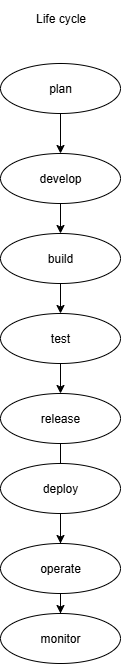
This is image.drawio.png from vishnu00523/my-repo, a draw.io export, as it was before one commit. Source tidied: cells renumbered, new cells last; positions are measured from the earlier drawing's top-left corner, leaving out a move shared by most shapes. Source of this version:
```xml
<mxGraphModel>
  <root>
    <mxCell id="0" />
    <mxCell id="1" parent="0" />
    <mxCell id="2" value="plan" style="ellipse;whiteSpace=wrap;html=1;" parent="1" vertex="1">
      <mxGeometry y="60" width="120" height="50" as="geometry" />
    </mxCell>
    <mxCell id="3" style="endArrow=classic;html=1;rounded=0;exitX=0.5;exitY=1;exitDx=0;exitDy=0;" parent="1" edge="1" source="2">
      <mxGeometry relative="1" as="geometry">
        <mxPoint x="60" y="150" as="targetPoint" />
      </mxGeometry>
    </mxCell>
    <mxCell id="4" value="develop" style="ellipse;whiteSpace=wrap;html=1;" parent="1" vertex="1">
      <mxGeometry y="150" width="120" height="50" as="geometry" />
    </mxCell>
    <mxCell id="5" style="endArrow=classic;html=1;rounded=0;exitX=0.5;exitY=1;exitDx=0;exitDy=0;" parent="1" edge="1" source="4">
      <mxGeometry relative="1" as="geometry">
        <mxPoint x="60" y="230" as="targetPoint" />
      </mxGeometry>
    </mxCell>
    <mxCell id="6" value="build" style="ellipse;whiteSpace=wrap;html=1;" parent="1" vertex="1">
      <mxGeometry y="230" width="120" height="50" as="geometry" />
    </mxCell>
    <mxCell id="7" style="edgeStyle=orthogonalEdgeStyle;rounded=0;orthogonalLoop=1;jettySize=auto;html=1;exitX=0.5;exitY=1;exitDx=0;exitDy=0;" parent="1" edge="1" source="6" target="6">
      <mxGeometry relative="1" as="geometry" />
    </mxCell>
    <mxCell id="8" style="endArrow=classic;html=1;rounded=0;exitX=0.5;exitY=1;exitDx=0;exitDy=0;" parent="1" edge="1" source="6">
      <mxGeometry relative="1" as="geometry">
        <mxPoint x="60" y="310" as="targetPoint" />
      </mxGeometry>
    </mxCell>
    <mxCell id="9" value="test" style="ellipse;whiteSpace=wrap;html=1;" parent="1" vertex="1">
      <mxGeometry y="310" width="120" height="50" as="geometry" />
    </mxCell>
    <mxCell id="10" style="edgeStyle=orthogonalEdgeStyle;rounded=0;jettySize=auto;html=1;" parent="1" edge="1" source="11">
      <mxGeometry relative="1" as="geometry">
        <mxPoint x="60" y="480" as="targetPoint" />
      </mxGeometry>
    </mxCell>
    <mxCell id="11" value="release" style="ellipse;whiteSpace=wrap;html=1;" parent="1" vertex="1">
      <mxGeometry y="390" width="120" height="50" as="geometry" />
    </mxCell>
    <mxCell id="12" style="endArrow=classic;html=1;rounded=0;exitX=0.5;exitY=1;exitDx=0;exitDy=0;" parent="1" edge="1" source="9">
      <mxGeometry relative="1" as="geometry">
        <mxPoint x="60" y="390" as="targetPoint" />
      </mxGeometry>
    </mxCell>
    <mxCell id="13" style="edgeStyle=orthogonalEdgeStyle;rounded=0;jettySize=auto;html=1;" parent="1" edge="1" source="15">
      <mxGeometry relative="1" as="geometry">
        <mxPoint x="60" y="560" as="targetPoint" />
      </mxGeometry>
    </mxCell>
    <mxCell id="14" style="edgeStyle=orthogonalEdgeStyle;rounded=0;jettySize=auto;html=1;" parent="1" edge="1" source="15" target="16">
      <mxGeometry relative="1" as="geometry" />
    </mxCell>
    <mxCell id="15" value="deploy" style="ellipse;whiteSpace=wrap;html=1;" parent="1" vertex="1">
      <mxGeometry y="460" width="120" height="50" as="geometry" />
    </mxCell>
    <mxCell id="16" value="operate" style="ellipse;whiteSpace=wrap;html=1;" parent="1" vertex="1">
      <mxGeometry y="540" width="120" height="50" as="geometry" />
    </mxCell>
    <mxCell id="17" value="Life cycle" style="text;html=1;align=center;verticalAlign=middle;strokeColor=none;fillColor=none;perimeterSpacing=2;rounded=0;sketch=1;curveFitting=1;jiggle=2;shadow=1;" parent="1" vertex="1">
      <mxGeometry x="25" width="70" height="30" as="geometry" />
    </mxCell>
    <mxCell id="18" style="edgeStyle=orthogonalEdgeStyle;rounded=0;jettySize=auto;html=1;" parent="1" edge="1" source="16" target="19">
      <mxGeometry relative="1" as="geometry" />
    </mxCell>
    <mxCell id="19" value="monitor" style="ellipse;whiteSpace=wrap;html=1;" parent="1" vertex="1">
      <mxGeometry y="610" width="120" height="50" as="geometry" />
    </mxCell>
  </root>
</mxGraphModel>
```
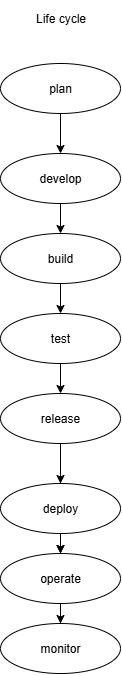
The same file after the commit.

Commit message:
added Devops lifecycle

Diff of the diagram source:
```diff
@@ -37,6 +37,9 @@
         <mxPoint x="60" y="480" as="targetPoint" />
       </mxGeometry>
     </mxCell>
+    <mxCell id="20" style="edgeStyle=orthogonalEdgeStyle;rounded=0;jettySize=auto;html=1;" parent="1" edge="1" source="11" target="16">
+      <mxGeometry relative="1" as="geometry" />
+    </mxCell>
     <mxCell id="11" value="release" style="ellipse;whiteSpace=wrap;html=1;" parent="1" vertex="1">
       <mxGeometry y="390" width="120" height="50" as="geometry" />
     </mxCell>
@@ -54,10 +57,10 @@
       <mxGeometry relative="1" as="geometry" />
     </mxCell>
     <mxCell id="15" value="deploy" style="ellipse;whiteSpace=wrap;html=1;" parent="1" vertex="1">
-      <mxGeometry y="460" width="120" height="50" as="geometry" />
+      <mxGeometry y="480" width="120" height="50" as="geometry" />
     </mxCell>
     <mxCell id="16" value="operate" style="ellipse;whiteSpace=wrap;html=1;" parent="1" vertex="1">
-      <mxGeometry y="540" width="120" height="50" as="geometry" />
+      <mxGeometry y="550" width="120" height="50" as="geometry" />
     </mxCell>
     <mxCell id="17" value="Life cycle" style="text;html=1;align=center;verticalAlign=middle;strokeColor=none;fillColor=none;perimeterSpacing=2;rounded=0;sketch=1;curveFitting=1;jiggle=2;shadow=1;" parent="1" vertex="1">
       <mxGeometry x="25" width="70" height="30" as="geometry" />
@@ -66,7 +69,7 @@
       <mxGeometry relative="1" as="geometry" />
     </mxCell>
     <mxCell id="19" value="monitor" style="ellipse;whiteSpace=wrap;html=1;" parent="1" vertex="1">
-      <mxGeometry y="610" width="120" height="50" as="geometry" />
+      <mxGeometry y="620" width="120" height="50" as="geometry" />
     </mxCell>
   </root>
 </mxGraphModel>
```
